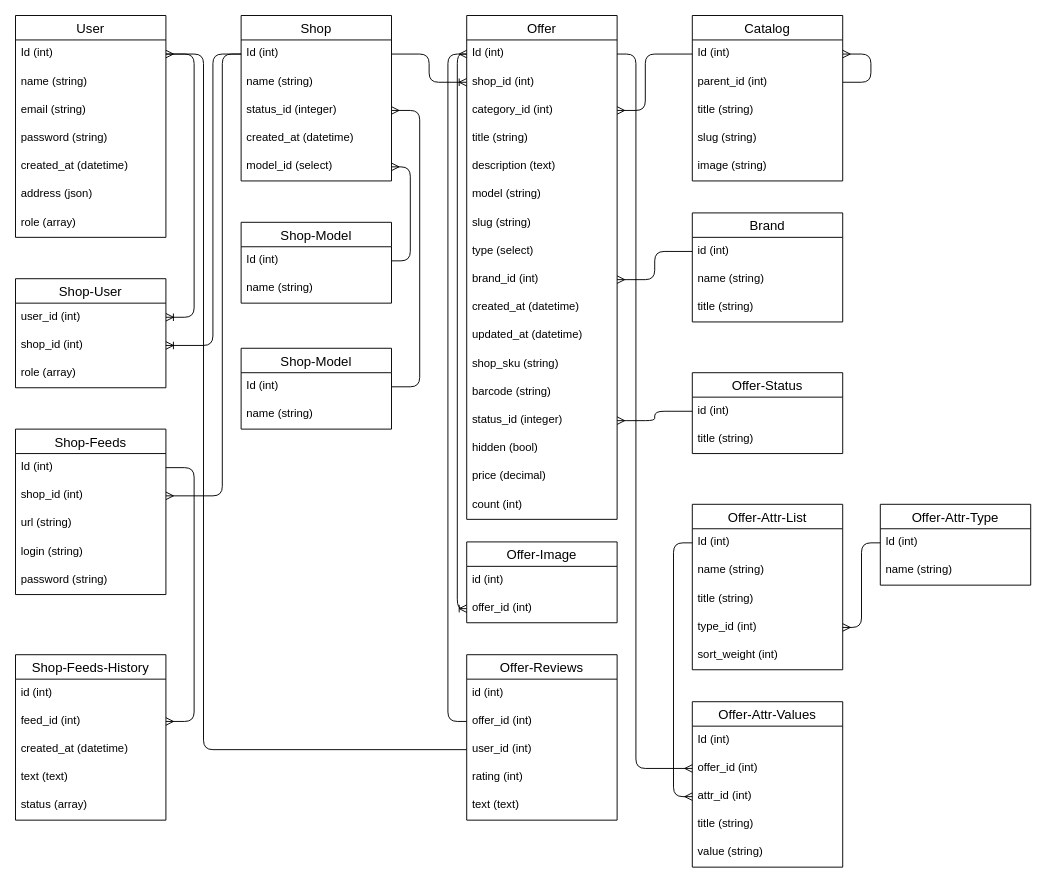
This is db_struct.drawio from lex9coder/LuchMarket, a draw.io file, before an edit. Source tidied: cells renumbered, new cells numbered last; positions are measured from the earlier drawing's top-left corner, leaving out a move shared by most shapes. Both pictures are drawn from the tidied source at 94%, with x=0, y=0 at pixel (15, 15).
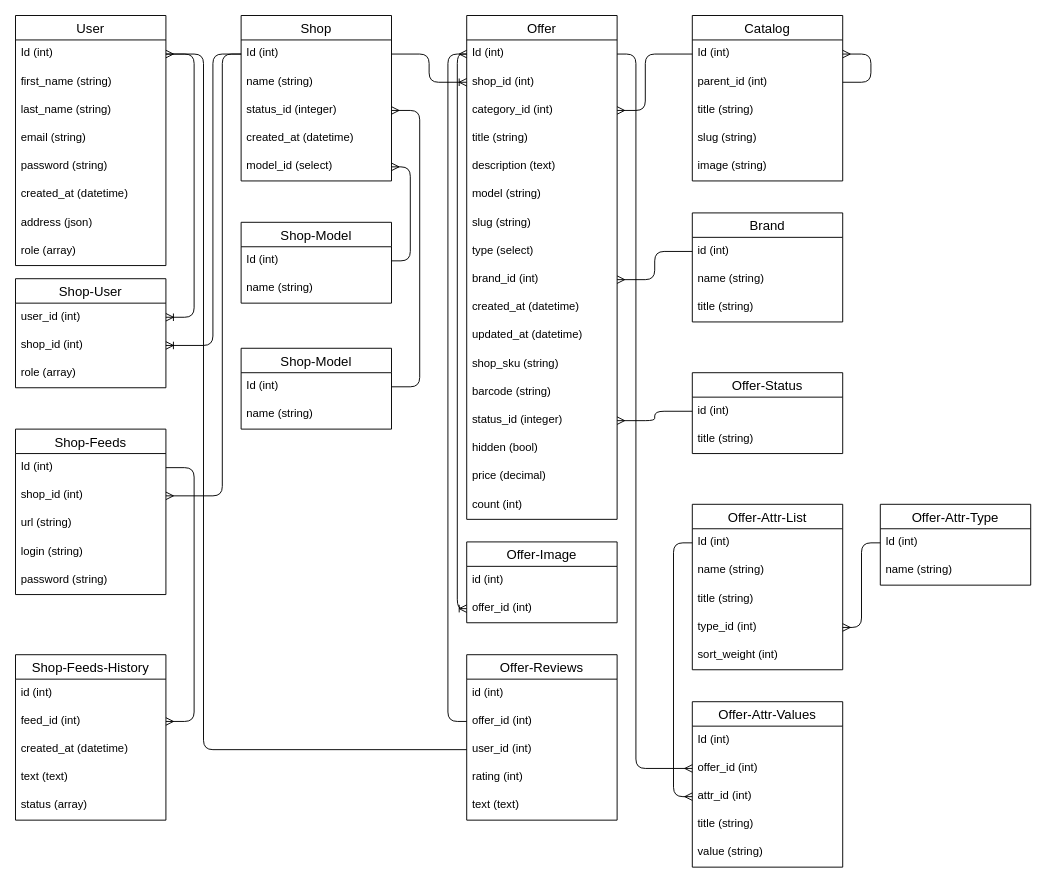
The same diagram, later.

Diff of the diagram source:
```diff
@@
     <mxCell id="2" value="User" style="swimlane;fontStyle=0;horizontal=1;startSize=26;align=center;fontSize=14;" parent="1" vertex="1">
-      <mxGeometry width="160" height="236" as="geometry" />
+      <mxGeometry width="160" height="266" as="geometry" />
     </mxCell>
@@
-    <mxCell id="4" value="name (string)" style="text;strokeColor=none;fillColor=none;spacingLeft=4;spacingRight=4;overflow=hidden;fontSize=12;" parent="2" vertex="1">
+    <mxCell id="4" value="first_name (string)" style="text;strokeColor=none;fillColor=none;spacingLeft=4;spacingRight=4;overflow=hidden;fontSize=12;" parent="2" vertex="1">
       <mxGeometry y="56" width="160" height="30" as="geometry" />
     </mxCell>
+    <mxCell id="110" value="last_name (string)" style="text;strokeColor=none;fillColor=none;spacingLeft=4;spacingRight=4;overflow=hidden;fontSize=12;" parent="2" vertex="1">
+      <mxGeometry y="86" width="160" height="30" as="geometry" />
+    </mxCell>
     <mxCell id="5" value="email (string)" style="text;strokeColor=none;fillColor=none;spacingLeft=4;spacingRight=4;overflow=hidden;fontSize=12;" parent="2" vertex="1">
-      <mxGeometry y="86" width="160" height="30" as="geometry" />
+      <mxGeometry y="116" width="160" height="30" as="geometry" />
     </mxCell>
     <mxCell id="6" value="password (string)" style="text;strokeColor=none;fillColor=none;spacingLeft=4;spacingRight=4;overflow=hidden;fontSize=12;" parent="2" vertex="1">
-      <mxGeometry y="116" width="160" height="30" as="geometry" />
+      <mxGeometry y="146" width="160" height="30" as="geometry" />
     </mxCell>
     <mxCell id="7" value="created_at (datetime)" style="text;strokeColor=none;fillColor=none;spacingLeft=4;spacingRight=4;overflow=hidden;fontSize=12;" parent="2" vertex="1">
-      <mxGeometry y="146" width="160" height="30" as="geometry" />
+      <mxGeometry y="176" width="160" height="30" as="geometry" />
     </mxCell>
     <mxCell id="8" value="address (json)" style="text;strokeColor=none;fillColor=none;spacingLeft=4;spacingRight=4;overflow=hidden;fontSize=12;" parent="2" vertex="1">
-      <mxGeometry y="176" width="160" height="30" as="geometry" />
+      <mxGeometry y="206" width="160" height="30" as="geometry" />
     </mxCell>
     <mxCell id="9" value="role (array)" style="text;strokeColor=none;fillColor=none;spacingLeft=4;spacingRight=4;overflow=hidden;fontSize=12;" parent="2" vertex="1">
-      <mxGeometry y="206" width="160" height="30" as="geometry" />
+      <mxGeometry y="236" width="160" height="30" as="geometry" />
     </mxCell>
```
